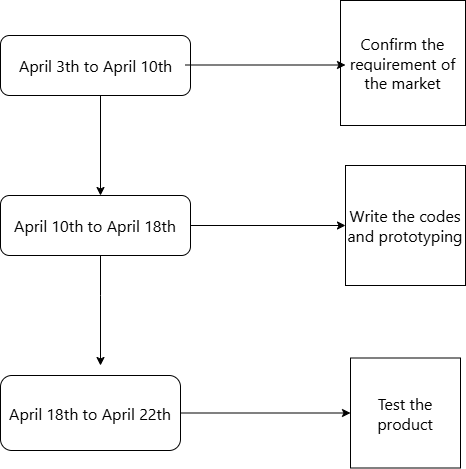
The draw.io diagram Documentation/schedule.drawio.png in Hannnine/Software-GroupProject-3DFPSGame, before a commit. Source tidied: cells renumbered, new cells last; positions are measured from the earlier drawing's top-left corner, leaving out a move shared by most shapes.
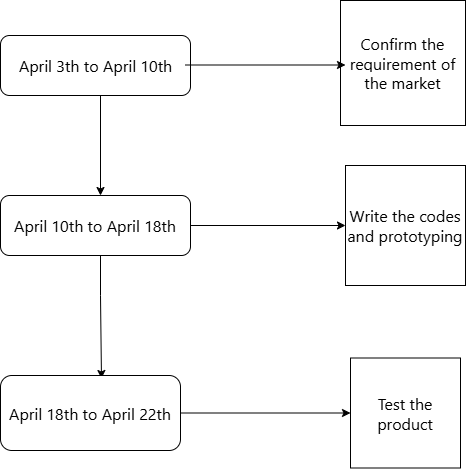
Later version of the same file.

The edit, as a diff of the source:
```diff
@@ -23,10 +23,9 @@
     <mxCell id="7" value="&lt;span style=&quot;font-family: -apple-system, BlinkMacSystemFont, &amp;quot;Segoe UI&amp;quot;, &amp;quot;Noto Sans&amp;quot;, Helvetica, Arial, sans-serif, &amp;quot;Apple Color Emoji&amp;quot;, &amp;quot;Segoe UI Emoji&amp;quot;; font-size: 16px; text-align: left; background-color: rgb(255, 255, 255);&quot;&gt;&lt;font style=&quot;color: rgb(0, 0, 0);&quot;&gt;April 10th to April 18th&lt;/font&gt;&lt;/span&gt;" style="rounded=1;whiteSpace=wrap;html=1;" parent="1" vertex="1">
       <mxGeometry y="195" width="190" height="60" as="geometry" />
     </mxCell>
-    <mxCell id="8" style="endArrow=classic;html=1;rounded=0;" parent="1" edge="1">
+    <mxCell id="8" style="endArrow=classic;html=1;rounded=0;entryX=0.561;entryY=0.04;entryDx=0;entryDy=0;entryPerimeter=0;" parent="1" edge="1" target="9">
       <mxGeometry relative="1" as="geometry">
         <mxPoint x="100" y="255" as="sourcePoint" />
-        <mxPoint x="100" y="365" as="targetPoint" />
         <Array as="points">
           <mxPoint x="100" y="295" />
         </Array>
```
